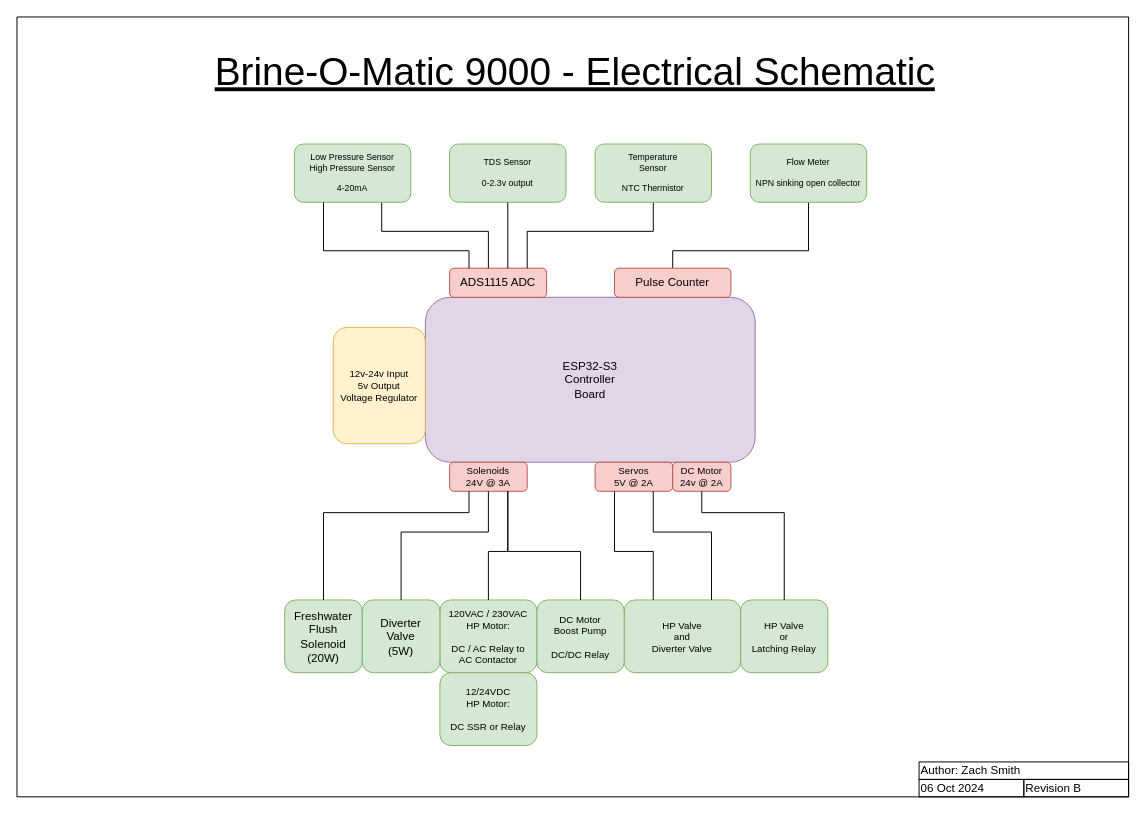
Above: page "Electrical - Control Board" (2 of 4) of diagrams/Brine-o-Matic 9000.drawio in hoeken/brineomatic (draw.io), before the change. Source tidied: cells renumbered, new cells numbered last; positions are measured from the earlier drawing's top-left corner, leaving out a move shared by most shapes. Both pictures are drawn from the tidied source at 97%, with x=0, y=0 at pixel (16, 16).
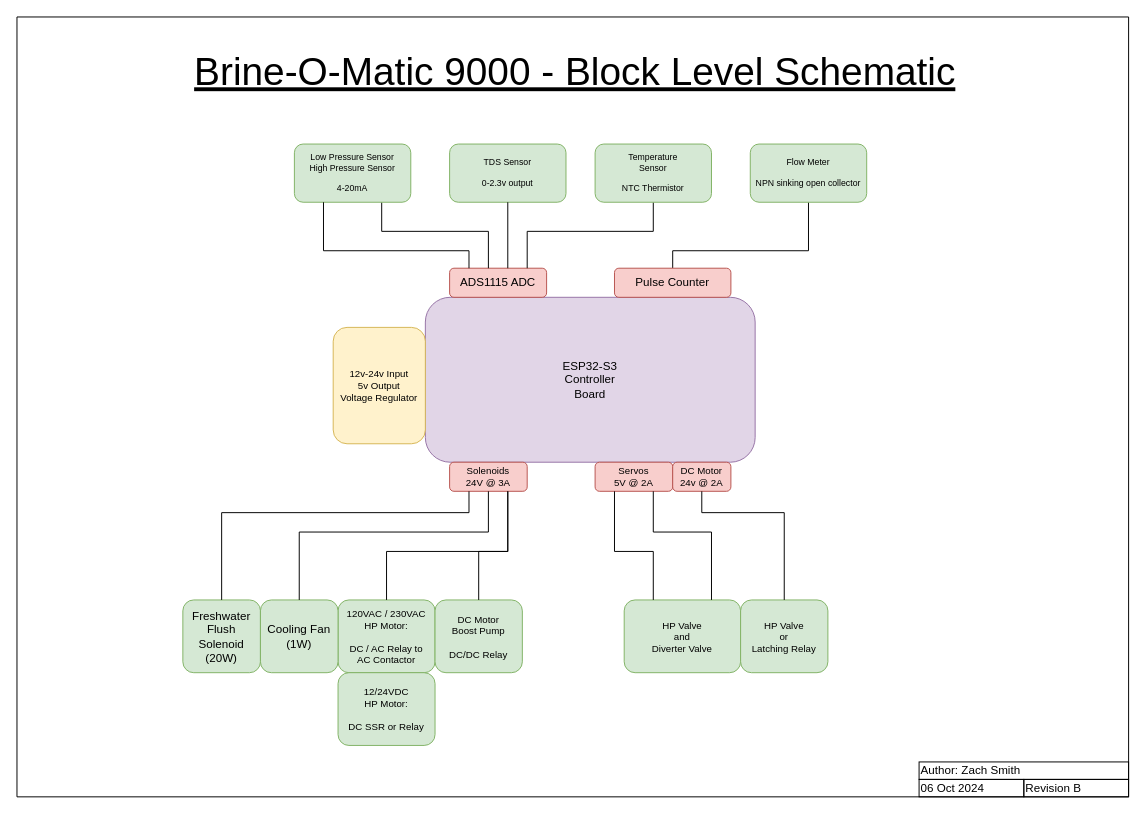
Above is the later version.

The change refers to these unchanged cells:
```xml
<mxCell id="14" value="Solenoids&lt;br style=&quot;font-size: 10px;&quot;&gt;24V @ 3A" style="rounded=1;whiteSpace=wrap;html=1;fillColor=#f8cecc;strokeColor=#b85450;points=[[0,0,0,0,0],[0,0.23,0,0,0],[0,0.5,0,0,0],[0,0.77,0,0,0],[0,1,0,0,0],[0.2,0,0,0,0],[0.25,1,0,0,0],[0.4,0,0,0,0],[0.5,1,0,0,0],[0.6,0,0,0,0],[0.75,1,0,0,0],[0.8,0,0,0,0],[1,0,0,0,0],[1,0.27,0,0,0],[1,0.5,0,0,0],[1,0.77,0,0,0],[1,1,0,0,0]];fontSize=10;" parent="1" vertex="1">
  <mxGeometry x="446" y="459" width="80" height="30" as="geometry" />
</mxCell>
```

Diff of the diagram source:
```diff
@@
     <mxCell id="3" value="Freshwater&lt;br style=&quot;font-size: 12px;&quot;&gt;Flush&lt;br style=&quot;font-size: 12px;&quot;&gt;Solenoid&lt;br&gt;(20W)" style="rounded=1;whiteSpace=wrap;html=1;fillColor=#d5e8d4;strokeColor=#82b366;fontSize=12;" parent="1" vertex="1">
-      <mxGeometry x="276" y="601" width="80" height="75" as="geometry" />
+      <mxGeometry x="171" y="601" width="80" height="75" as="geometry" />
     </mxCell>
     <mxCell id="4" value="120VAC / 230VAC&lt;br&gt;HP Motor:&lt;br&gt;&lt;br style=&quot;font-size: 10px;&quot;&gt;DC / AC Relay to&lt;br style=&quot;font-size: 10px;&quot;&gt;AC Contactor" style="rounded=1;whiteSpace=wrap;html=1;fillColor=#d5e8d4;strokeColor=#82b366;fontSize=10;" parent="1" vertex="1">
-      <mxGeometry x="436" y="601" width="100" height="75" as="geometry" />
+      <mxGeometry x="331" y="601" width="100" height="75" as="geometry" />
     </mxCell>
@@
-    <mxCell id="7" value="Diverter&lt;br&gt;Valve&lt;br&gt;(5W)" style="rounded=1;whiteSpace=wrap;html=1;fillColor=#d5e8d4;strokeColor=#82b366;" parent="1" vertex="1">
-      <mxGeometry x="356" y="601" width="80" height="75" as="geometry" />
+    <mxCell id="7" value="Cooling Fan&lt;br&gt;(1W)" style="rounded=1;whiteSpace=wrap;html=1;fillColor=#d5e8d4;strokeColor=#82b366;" parent="1" vertex="1">
+      <mxGeometry x="251" y="601" width="80" height="75" as="geometry" />
     </mxCell>
@@
     <mxCell id="15" style="endArrow=none;html=1;rounded=0;fontSize=10;exitX=0.5;exitY=0;exitDx=0;exitDy=0;entryX=0.25;entryY=1;entryDx=0;entryDy=0;entryPerimeter=0;edgeStyle=orthogonalEdgeStyle;" parent="1" edge="1" source="3" target="14">
       <mxGeometry relative="1" as="geometry">
         <Array as="points">
-          <mxPoint x="316" y="511" />
+          <mxPoint x="211" y="511" />
           <mxPoint x="466" y="511" />
         </Array>
       </mxGeometry>
     </mxCell>
     <mxCell id="16" style="endArrow=none;html=1;rounded=0;fontSize=10;exitX=0.5;exitY=0;exitDx=0;exitDy=0;entryX=0.5;entryY=1;entryDx=0;entryDy=0;entryPerimeter=0;edgeStyle=orthogonalEdgeStyle;" parent="1" edge="1" source="7" target="14">
       <mxGeometry relative="1" as="geometry">
         <Array as="points">
-          <mxPoint x="396" y="531" />
+          <mxPoint x="291" y="531" />
           <mxPoint x="486" y="531" />
         </Array>
       </mxGeometry>
     </mxCell>
     <mxCell id="17" style="endArrow=none;html=1;rounded=0;fontSize=10;exitX=0.75;exitY=1;exitDx=0;exitDy=0;exitPerimeter=0;entryX=0.5;entryY=0;entryDx=0;entryDy=0;edgeStyle=orthogonalEdgeStyle;" parent="1" edge="1" source="14" target="4">
       <mxGeometry relative="1" as="geometry">
         <Array as="points">
           <mxPoint x="506" y="551" />
-          <mxPoint x="486" y="551" />
+          <mxPoint x="381" y="551" />
         </Array>
       </mxGeometry>
     </mxCell>
@@
-    <mxCell id="23" value="&lt;span style=&quot;font-size: 40px;&quot;&gt;Brine-O-Matic 9000 - Electrical Schematic&lt;/span&gt;" style="text;html=1;strokeColor=none;fillColor=none;align=center;verticalAlign=middle;whiteSpace=wrap;rounded=0;fontSize=40;perimeterSpacing=0;fontStyle=4;" parent="1" vertex="1">
+    <mxCell id="23" value="&lt;span style=&quot;font-size: 40px;&quot;&gt;Brine-O-Matic 9000 - Block Level Schematic&lt;/span&gt;" style="text;html=1;strokeColor=none;fillColor=none;align=center;verticalAlign=middle;whiteSpace=wrap;rounded=0;fontSize=40;perimeterSpacing=0;fontStyle=4;" parent="1" vertex="1">
       <mxGeometry x="143" y="41" width="865" height="30" as="geometry" />
     </mxCell>
@@
     <mxCell id="31" value="DC Motor&lt;br style=&quot;font-size: 10px;&quot;&gt;Boost Pump&lt;br style=&quot;font-size: 10px;&quot;&gt;&lt;br style=&quot;font-size: 10px;&quot;&gt;DC/DC Relay" style="rounded=1;whiteSpace=wrap;html=1;fillColor=#d5e8d4;strokeColor=#82b366;fontSize=10;" parent="1" vertex="1">
-      <mxGeometry x="536" y="601" width="90" height="75" as="geometry" />
+      <mxGeometry x="431" y="601" width="90" height="75" as="geometry" />
     </mxCell>
     <mxCell id="32" style="endArrow=none;html=1;rounded=0;fontSize=10;exitX=0.75;exitY=1;exitDx=0;exitDy=0;exitPerimeter=0;entryX=0.5;entryY=0;entryDx=0;entryDy=0;edgeStyle=orthogonalEdgeStyle;" parent="1" edge="1" source="14" target="31">
       <mxGeometry relative="1" as="geometry">
         <Array as="points">
           <mxPoint x="506" y="551" />
-          <mxPoint x="581" y="551" />
+          <mxPoint x="476" y="551" />
         </Array>
       </mxGeometry>
     </mxCell>
     <mxCell id="33" value="12/24VDC&lt;br&gt;HP Motor:&lt;br&gt;&lt;br style=&quot;font-size: 10px;&quot;&gt;DC SSR or Relay" style="rounded=1;whiteSpace=wrap;html=1;fillColor=#d5e8d4;strokeColor=#82b366;fontSize=10;" parent="1" vertex="1">
-      <mxGeometry x="436" y="676" width="100" height="75" as="geometry" />
+      <mxGeometry x="331" y="676" width="100" height="75" as="geometry" />
     </mxCell>
```
